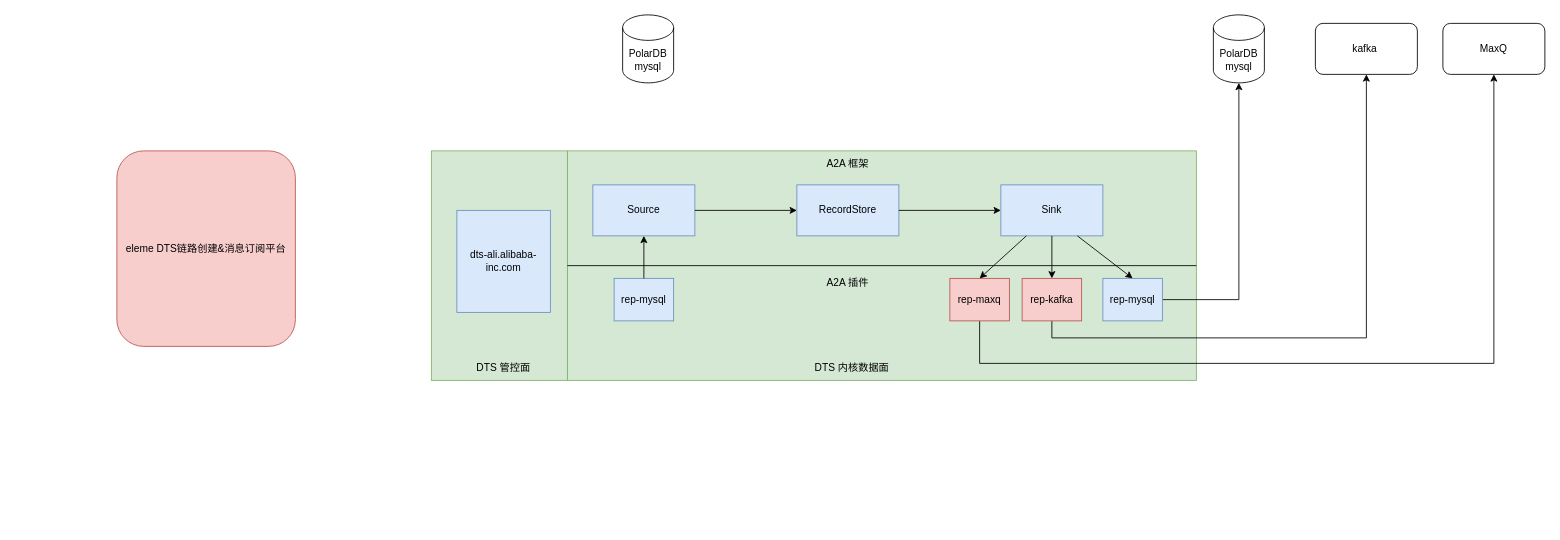
Earlier version of the draw.io diagram page "DTS" (2 of 5) of eleme/Untitled Diagram.drawio (zhangwm1987/mydraw_io). Source tidied: cells renumbered, new cells numbered last; positions are measured from the earlier drawing's top-left corner, leaving out a move shared by most shapes. Both pictures are drawn from the tidied source at 85%, with x=0, y=0 at pixel (116, 14).
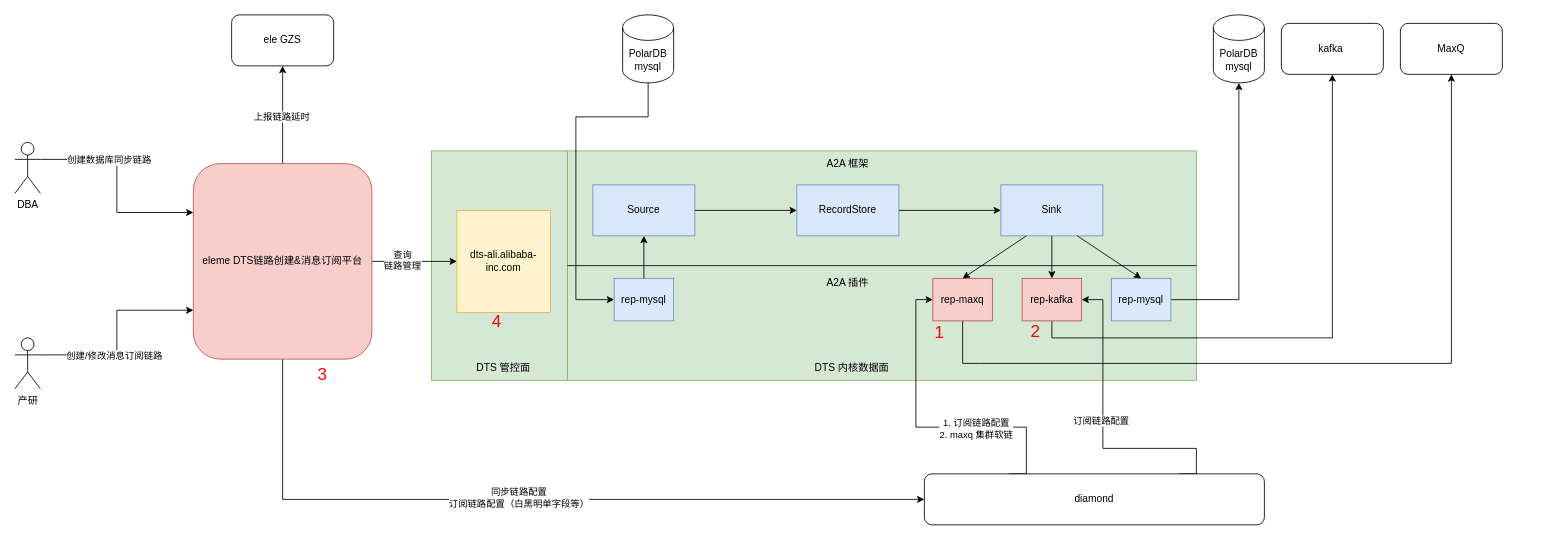
After the change.

Unchanged cells that the change refers to:
```xml
<mxCell id="3" value="PolarDB&lt;br&gt;mysql" style="shape=cylinder3;whiteSpace=wrap;html=1;boundedLbl=1;backgroundOutline=1;size=15;" parent="1" vertex="1">
  <mxGeometry x="595" width="60" height="80" as="geometry" />
</mxCell>
<mxCell id="8" value="rep-mysql" style="rounded=0;whiteSpace=wrap;html=1;fillColor=#dae8fc;strokeColor=#6c8ebf;" parent="1" vertex="1">
  <mxGeometry x="585" y="310" width="70" height="50" as="geometry" />
</mxCell>
<mxCell id="12" value="rep-kafka" style="rounded=0;whiteSpace=wrap;html=1;fillColor=#f8cecc;strokeColor=#b85450;" parent="1" vertex="1">
  <mxGeometry x="1065" y="310" width="70" height="50" as="geometry" />
</mxCell>
```

The edit, as a diff of the source:
```diff
@@
+    <mxCell id="31" style="edgeStyle=orthogonalEdgeStyle;rounded=0;jettySize=auto;html=1;exitX=0.5;exitY=1;exitDx=0;exitDy=0;exitPerimeter=0;entryX=0;entryY=0.5;entryDx=0;entryDy=0;" parent="1" edge="1" source="3" target="8">
+      <mxGeometry relative="1" as="geometry">
+        <Array as="points">
+          <mxPoint x="625" y="120" />
+          <mxPoint x="540" y="120" />
+          <mxPoint x="540" y="335" />
+        </Array>
+      </mxGeometry>
+    </mxCell>
@@
     <mxCell id="10" value="rep-maxq" style="rounded=0;whiteSpace=wrap;html=1;fillColor=#f8cecc;strokeColor=#b85450;" parent="1" vertex="1">
-      <mxGeometry x="980" y="310" width="70" height="50" as="geometry" />
+      <mxGeometry x="960" y="310" width="70" height="50" as="geometry" />
     </mxCell>
@@
     <mxCell id="16" value="rep-mysql" style="rounded=0;whiteSpace=wrap;html=1;fillColor=#dae8fc;strokeColor=#6c8ebf;" parent="1" vertex="1">
-      <mxGeometry x="1160" y="310" width="70" height="50" as="geometry" />
+      <mxGeometry x="1170" y="310" width="70" height="50" as="geometry" />
     </mxCell>
@@
-    <mxCell id="22" value="dts-ali.alibaba-inc.com" style="rounded=0;whiteSpace=wrap;html=1;fillColor=#dae8fc;strokeColor=#6c8ebf;" parent="1" vertex="1">
+    <mxCell id="22" value="dts-ali.alibaba-inc.com" style="rounded=0;whiteSpace=wrap;html=1;fillColor=#fff2cc;strokeColor=#d6b656;" parent="1" vertex="1">
       <mxGeometry x="400" y="230" width="110" height="120" as="geometry" />
     </mxCell>
@@
     <mxCell id="28" value="kafka&amp;nbsp;" style="rounded=1;whiteSpace=wrap;html=1;" parent="1" vertex="1">
-      <mxGeometry x="1410" y="10" width="120" height="60" as="geometry" />
+      <mxGeometry x="1370" y="10" width="120" height="60" as="geometry" />
     </mxCell>
     <mxCell id="29" value="MaxQ" style="rounded=1;whiteSpace=wrap;html=1;" parent="1" vertex="1">
-      <mxGeometry x="1560" y="10" width="120" height="60" as="geometry" />
+      <mxGeometry x="1510" y="10" width="120" height="60" as="geometry" />
     </mxCell>
+    <mxCell id="32" style="edgeStyle=orthogonalEdgeStyle;rounded=0;jettySize=auto;html=1;exitX=0.5;exitY=0;exitDx=0;exitDy=0;entryX=0.5;entryY=1;entryDx=0;entryDy=0;" parent="1" edge="1" source="30" target="38">
+      <mxGeometry relative="1" as="geometry" />
+    </mxCell>
+    <mxCell id="33" value="上报链路延时" style="edgeLabel;html=1;align=center;verticalAlign=middle;" parent="32" vertex="1">
+      <mxGeometry x="-0.03" y="2" relative="1" as="geometry" />
+    </mxCell>
+    <mxCell id="34" style="edgeStyle=orthogonalEdgeStyle;rounded=0;jettySize=auto;html=1;exitX=1;exitY=0.5;exitDx=0;exitDy=0;entryX=0;entryY=0.5;entryDx=0;entryDy=0;" parent="1" edge="1" source="30" target="22">
+      <mxGeometry relative="1" as="geometry" />
+    </mxCell>
+    <mxCell id="35" value="查询&lt;br&gt;链路管理" style="edgeLabel;html=1;align=center;verticalAlign=middle;" parent="34" vertex="1">
+      <mxGeometry x="-0.3" y="2" relative="1" as="geometry" />
+    </mxCell>
+    <mxCell id="36" style="edgeStyle=orthogonalEdgeStyle;rounded=0;jettySize=auto;html=1;exitX=0.5;exitY=1;exitDx=0;exitDy=0;entryX=0;entryY=0.5;entryDx=0;entryDy=0;" parent="1" edge="1" source="30" target="49">
+      <mxGeometry relative="1" as="geometry" />
+    </mxCell>
+    <mxCell id="37" value="同步链路配置&lt;br&gt;订阅链路配置（白黑明单字段等）" style="edgeLabel;html=1;align=center;verticalAlign=middle;" parent="36" vertex="1">
+      <mxGeometry x="-0.04" y="3" relative="1" as="geometry" />
+    </mxCell>
     <mxCell id="30" value="eleme DTS链路创建&amp;amp;消息订阅平台" style="rounded=1;whiteSpace=wrap;html=1;fillColor=#f8cecc;strokeColor=#b85450;" parent="1" vertex="1">
-      <mxGeometry y="160" width="210" height="230" as="geometry" />
+      <mxGeometry x="90" y="175" width="210" height="230" as="geometry" />
     </mxCell>
+    <mxCell id="38" value="ele GZS" style="rounded=1;whiteSpace=wrap;html=1;" parent="1" vertex="1">
+      <mxGeometry x="135" width="120" height="60" as="geometry" />
+    </mxCell>
+    <mxCell id="39" style="edgeStyle=orthogonalEdgeStyle;rounded=0;jettySize=auto;html=1;exitX=1;exitY=0.3333333333333333;exitDx=0;exitDy=0;exitPerimeter=0;entryX=0;entryY=0.25;entryDx=0;entryDy=0;" parent="1" edge="1" source="41" target="30">
+      <mxGeometry relative="1" as="geometry" />
+    </mxCell>
+    <mxCell id="40" value="创建数据库同步链路" style="edgeLabel;html=1;align=center;verticalAlign=middle;" parent="39" vertex="1">
+      <mxGeometry x="-0.34" relative="1" as="geometry" />
+    </mxCell>
+    <mxCell id="41" value="DBA" style="shape=umlActor;verticalLabelPosition=bottom;verticalAlign=top;html=1;outlineConnect=0;" parent="1" vertex="1">
+      <mxGeometry x="-120" y="150" width="30" height="60" as="geometry" />
+    </mxCell>
+    <mxCell id="42" style="edgeStyle=orthogonalEdgeStyle;rounded=0;jettySize=auto;html=1;exitX=1;exitY=0.3333333333333333;exitDx=0;exitDy=0;exitPerimeter=0;entryX=0;entryY=0.75;entryDx=0;entryDy=0;" parent="1" edge="1" source="44" target="30">
+      <mxGeometry relative="1" as="geometry" />
+    </mxCell>
+    <mxCell id="43" value="创建/修改消息订阅链路" style="edgeLabel;html=1;align=center;verticalAlign=middle;" parent="42" vertex="1">
+      <mxGeometry x="-0.52" y="2" relative="1" as="geometry">
+        <mxPoint x="30" y="2" as="offset" />
+      </mxGeometry>
+    </mxCell>
+    <mxCell id="44" value="产研" style="shape=umlActor;verticalLabelPosition=bottom;verticalAlign=top;html=1;outlineConnect=0;" parent="1" vertex="1">
+      <mxGeometry x="-120" y="380" width="30" height="60" as="geometry" />
+    </mxCell>
+    <mxCell id="45" style="edgeStyle=orthogonalEdgeStyle;rounded=0;jettySize=auto;html=1;exitX=0.25;exitY=0;exitDx=0;exitDy=0;entryX=0;entryY=0.5;entryDx=0;entryDy=0;" parent="1" edge="1" source="49" target="10">
+      <mxGeometry relative="1" as="geometry">
+        <Array as="points">
+          <mxPoint x="1070" y="485" />
+          <mxPoint x="940" y="485" />
+          <mxPoint x="940" y="335" />
+        </Array>
+      </mxGeometry>
+    </mxCell>
+    <mxCell id="46" value="1. 订阅链路配置&lt;br&gt;2. maxq 集群软链" style="edgeLabel;html=1;align=center;verticalAlign=middle;" parent="45" vertex="1">
+      <mxGeometry x="-0.55" y="1" relative="1" as="geometry">
+        <mxPoint x="-51" as="offset" />
+      </mxGeometry>
+    </mxCell>
+    <mxCell id="47" style="edgeStyle=orthogonalEdgeStyle;rounded=0;jettySize=auto;html=1;exitX=0.75;exitY=0;exitDx=0;exitDy=0;entryX=1;entryY=0.5;entryDx=0;entryDy=0;" parent="1" edge="1" source="49" target="12">
+      <mxGeometry relative="1" as="geometry">
+        <Array as="points">
+          <mxPoint x="1270" y="510" />
+          <mxPoint x="1160" y="510" />
+          <mxPoint x="1160" y="335" />
+        </Array>
+      </mxGeometry>
+    </mxCell>
+    <mxCell id="48" value="订阅链路配置" style="edgeLabel;html=1;align=center;verticalAlign=middle;" parent="47" vertex="1">
+      <mxGeometry x="0.07" y="3" relative="1" as="geometry" />
+    </mxCell>
+    <mxCell id="49" value="diamond" style="rounded=1;whiteSpace=wrap;html=1;" parent="1" vertex="1">
+      <mxGeometry x="950" y="540" width="400" height="60" as="geometry" />
+    </mxCell>
+    <mxCell id="50" value="&lt;font style=&quot;font-size: 20px;&quot;&gt;1&lt;/font&gt;" style="text;html=1;strokeColor=none;fillColor=none;align=center;verticalAlign=middle;whiteSpace=wrap;rounded=0;fontColor=#FF0000;" parent="1" vertex="1">
+      <mxGeometry x="950" y="356" width="36" height="34" as="geometry" />
+    </mxCell>
+    <mxCell id="51" value="&lt;font style=&quot;font-size: 20px;&quot;&gt;2&lt;/font&gt;" style="text;html=1;strokeColor=none;fillColor=none;align=center;verticalAlign=middle;whiteSpace=wrap;rounded=0;fontColor=#FF0000;" parent="1" vertex="1">
+      <mxGeometry x="1063" y="354" width="36" height="34" as="geometry" />
+    </mxCell>
+    <mxCell id="52" value="&lt;font style=&quot;font-size: 20px;&quot;&gt;3&lt;/font&gt;" style="text;html=1;strokeColor=none;fillColor=none;align=center;verticalAlign=middle;whiteSpace=wrap;rounded=0;fontColor=#FF0000;" parent="1" vertex="1">
+      <mxGeometry x="224" y="405" width="36" height="34" as="geometry" />
+    </mxCell>
+    <mxCell id="53" value="&lt;font style=&quot;font-size: 20px;&quot;&gt;4&lt;/font&gt;" style="text;html=1;strokeColor=none;fillColor=none;align=center;verticalAlign=middle;whiteSpace=wrap;rounded=0;fontColor=#FF0000;" parent="1" vertex="1">
+      <mxGeometry x="429" y="343" width="36" height="34" as="geometry" />
+    </mxCell>
```
